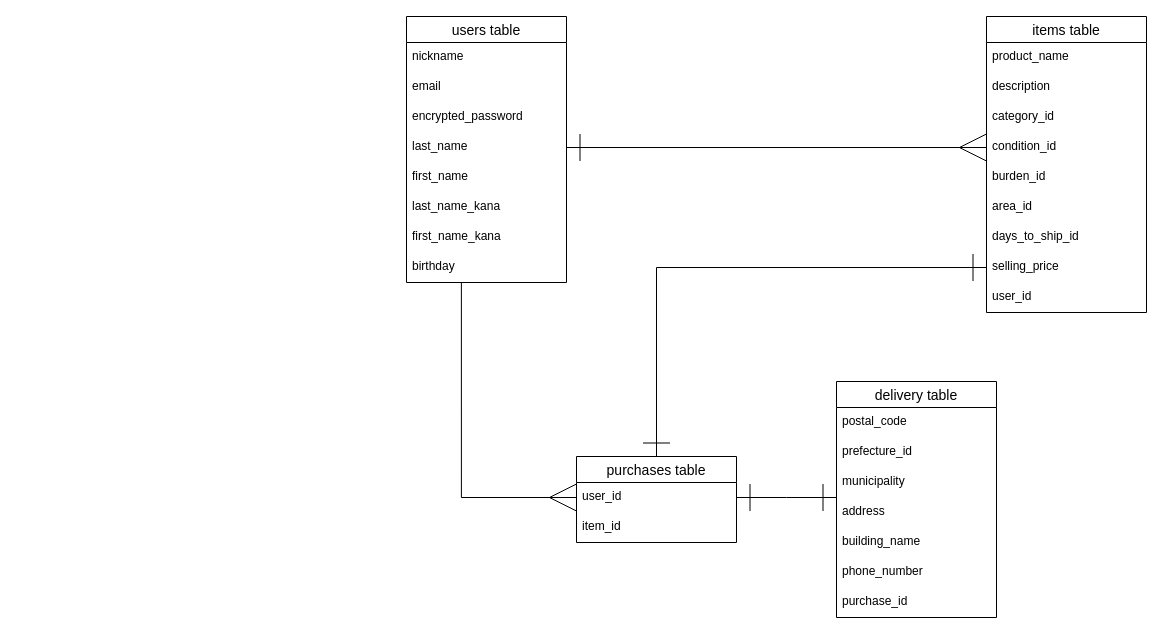
Above: furima.dio in ft529y/furima-36416 (draw.io), before the change. Source tidied: cells renumbered, new cells numbered last; positions are measured from the earlier drawing's top-left corner, leaving out a move shared by most shapes. Both pictures are drawn from the tidied source at 100%, with x=0, y=0 at pixel (406, 16).
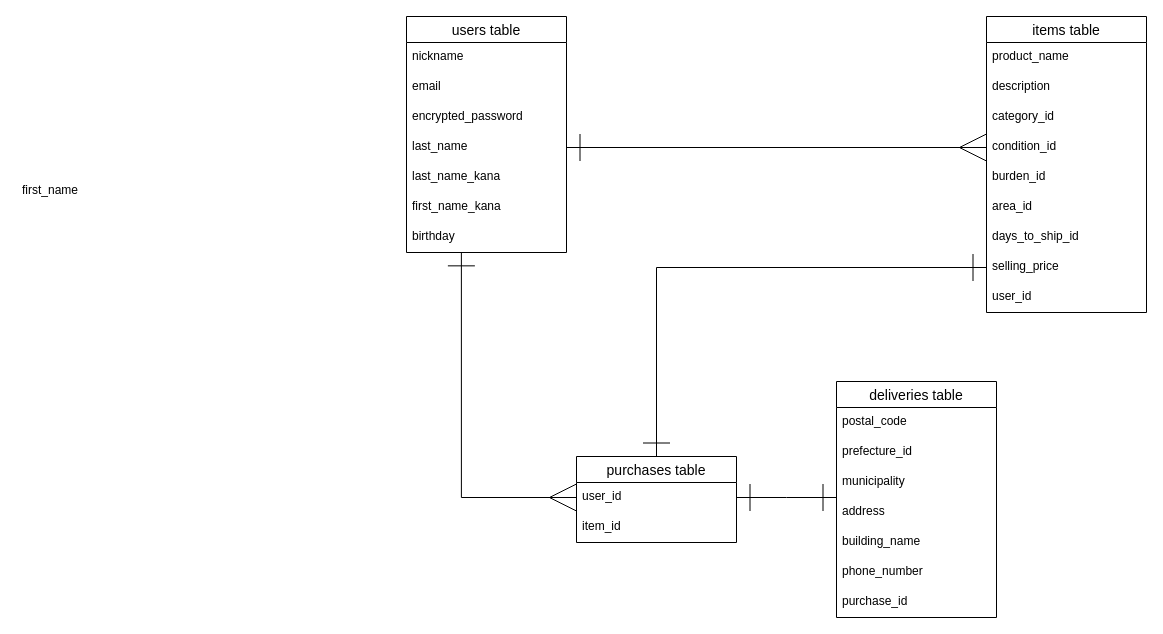
After the change.

Unchanged cells that the change refers to:
```xml
<mxCell id="22" value="user_id" style="text;strokeColor=none;fillColor=none;spacingLeft=4;spacingRight=4;overflow=hidden;points=[[0,0.5],[1,0.5]];portConstraint=eastwest;fontSize=12;" parent="21" vertex="1">
  <mxGeometry y="26" width="160" height="30" as="geometry" />
</mxCell>
```

What changed in the source:
```diff
@@
     <mxCell id="12" value="users table" style="swimlane;fontStyle=0;horizontal=1;startSize=26;align=center;fontSize=14;" parent="1" vertex="1">
-      <mxGeometry width="160" height="266" as="geometry" />
+      <mxGeometry width="160" height="236" as="geometry" />
     </mxCell>
@@
-    <mxCell id="17" value="first_name" style="text;strokeColor=none;fillColor=none;spacingLeft=4;spacingRight=4;overflow=hidden;fontSize=12;" parent="12" vertex="1">
-      <mxGeometry y="146" width="160" height="30" as="geometry" />
-    </mxCell>
     <mxCell id="18" value="last_name_kana" style="text;strokeColor=none;fillColor=none;spacingLeft=4;spacingRight=4;overflow=hidden;fontSize=12;" parent="12" vertex="1">
-      <mxGeometry y="176" width="160" height="30" as="geometry" />
+      <mxGeometry y="146" width="160" height="30" as="geometry" />
     </mxCell>
     <mxCell id="19" value="first_name_kana" style="text;strokeColor=none;fillColor=none;spacingLeft=4;spacingRight=4;overflow=hidden;fontSize=12;" parent="12" vertex="1">
-      <mxGeometry y="206" width="160" height="30" as="geometry" />
+      <mxGeometry y="176" width="160" height="30" as="geometry" />
     </mxCell>
     <mxCell id="20" value="birthday" style="text;strokeColor=none;fillColor=none;spacingLeft=4;spacingRight=4;overflow=hidden;points=[[0,0.5],[1,0.5]];portConstraint=eastwest;fontSize=12;" parent="12" vertex="1">
-      <mxGeometry y="236" width="160" height="30" as="geometry" />
+      <mxGeometry y="206" width="160" height="30" as="geometry" />
     </mxCell>
@@
-    <mxCell id="24" value="delivery table" style="swimlane;fontStyle=0;horizontal=1;startSize=26;align=center;fontSize=14;" parent="1" vertex="1">
+    <mxCell id="24" value="deliveries table" style="swimlane;fontStyle=0;horizontal=1;startSize=26;align=center;fontSize=14;" parent="1" vertex="1">
       <mxGeometry x="430" y="365" width="160" height="236" as="geometry" />
     </mxCell>
@@
-    <mxCell id="33" style="edgeStyle=orthogonalEdgeStyle;rounded=0;jettySize=auto;html=1;exitX=0;exitY=0.5;exitDx=0;exitDy=0;entryX=0.343;entryY=0.995;entryDx=0;entryDy=0;entryPerimeter=0;startArrow=ERmany;startFill=0;endArrow=none;endFill=0;startSize=25;endSize=25;sourcePerimeterSpacing=7;targetPerimeterSpacing=7;strokeWidth=1;" parent="1" edge="1" source="22" target="20">
+    <mxCell id="33" style="edgeStyle=orthogonalEdgeStyle;rounded=0;jettySize=auto;html=1;exitX=0;exitY=0.5;exitDx=0;exitDy=0;entryX=0.343;entryY=0.995;entryDx=0;entryDy=0;entryPerimeter=0;startArrow=ERmany;startFill=0;endArrow=ERone;endFill=0;startSize=25;endSize=25;sourcePerimeterSpacing=7;targetPerimeterSpacing=7;strokeWidth=1;" parent="1" edge="1" source="22" target="20">
       <mxGeometry relative="1" as="geometry" />
     </mxCell>
@@
+    <mxCell id="17" value="first_name" style="text;strokeColor=none;fillColor=none;spacingLeft=4;spacingRight=4;overflow=hidden;fontSize=12;" parent="1" vertex="1">
+      <mxGeometry x="-390" y="160" width="160" height="30" as="geometry" />
+    </mxCell>
```
